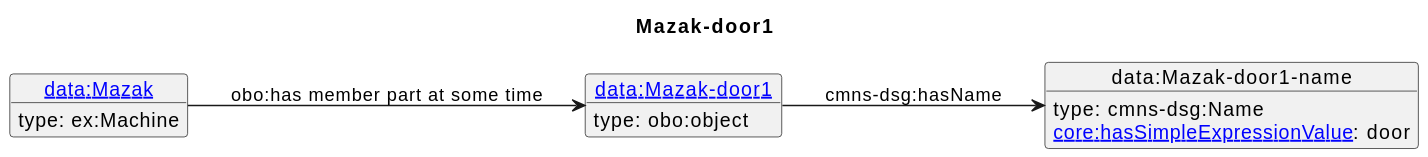
Before: diagrams/Mazak-door1.svg, a diagram exported from PlantUML (iofoundry/example-syseng-mtconnect). Source of this version:
```plantuml
@startuml
skinparam linetype polyline
left to right direction
title Mazak-door1
object "[[./Mazak-door1.html data:Mazak-door1]]" as o1 {
 type: obo:object
}
object "data:Mazak-door1-name" as o2 {
 type: cmns-dsg:Name
}
object "[[./Mazak.html data:Mazak]]" as o3 {
 type: ex:Machine
}
o1 --> o2 : cmns-dsg:hasName
o2 : [[https://spec.industrialontologies.org/ontology/core/Core/hasSimpleExpressionValue core:hasSimpleExpressionValue]]: door
o3 --> o1 : obo:has member part at some time
@enduml
```
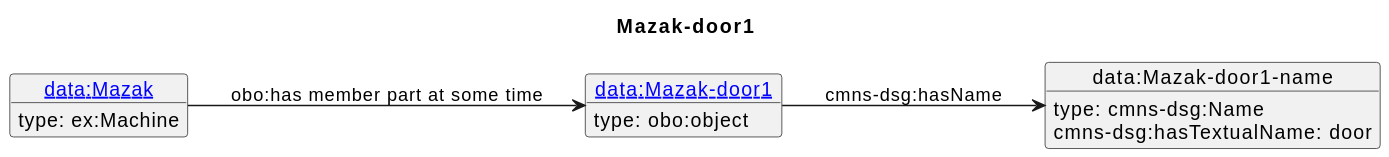
The same diagram one commit later.

What changed in the source:
```diff
@@ -12,6 +12,6 @@
  type: ex:Machine
 }
 o1 --> o2 : cmns-dsg:hasName
-o2 : [[https://spec.industrialontologies.org/ontology/core/Core/hasSimpleExpressionValue core:hasSimpleExpressionValue]]: door
+o2 : cmns-dsg:hasTextualName: door
 o3 --> o1 : obo:has member part at some time
 @enduml
```
